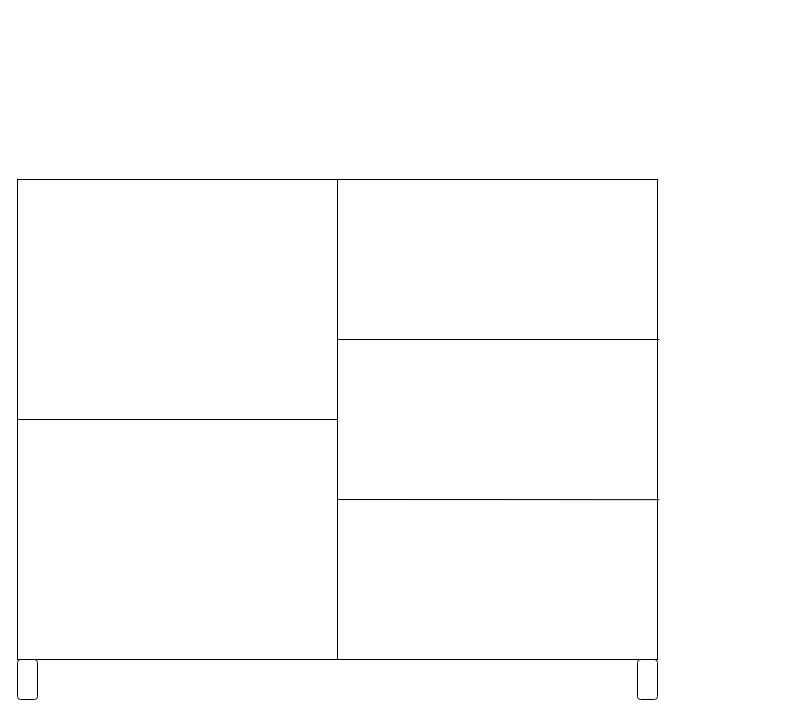
The draw.io diagram shelf.drawio in zikzakjack/draw.io, before the edit. Source tidied: cells renumbered, new cells numbered last; positions are measured from the earlier drawing's top-left corner, leaving out a move shared by most shapes. Both pictures are drawn from the tidied source at 100%, with x=0, y=0 at pixel (17, 179).
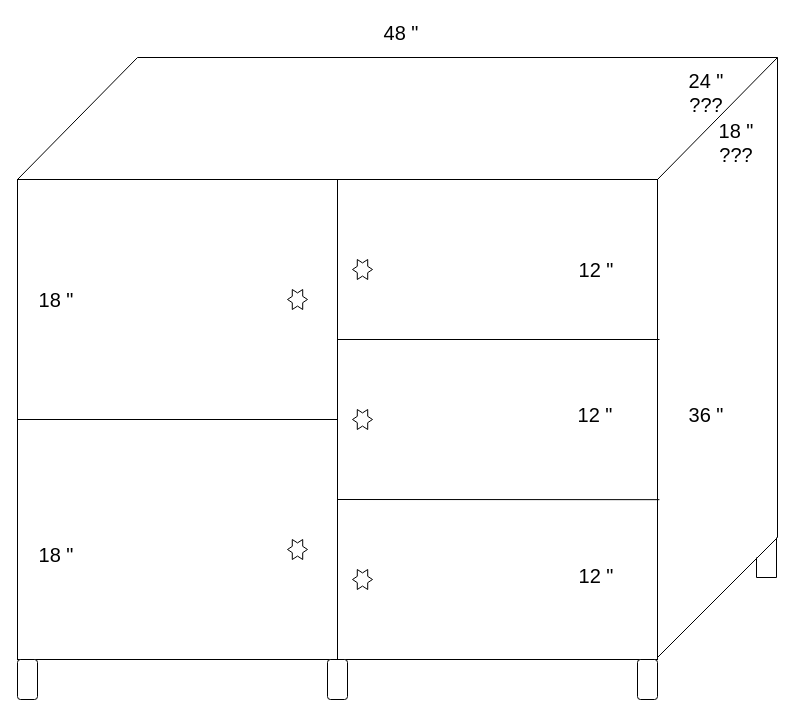
The same page after the edit.

Unchanged cells that the change refers to:
```xml
<mxCell id="3" style="group;rounded=1;sketch=1;curveFitting=1;jiggle=2;" parent="2" vertex="1">
  <mxGeometry width="640" height="480" as="geometry" />
</mxCell>
<mxCell id="4" style="rounded=0;whiteSpace=wrap;html=1;" parent="3" vertex="1">
  <mxGeometry width="640" height="480" as="geometry" />
</mxCell>
```

Diff of the diagram source:
```diff
@@
-    <mxCell id="2" style="group;" parent="1" vertex="1">
+    <mxCell id="2" style="group;shadow=0;" parent="1" vertex="1">
       <mxGeometry width="642" height="520" as="geometry" />
     </mxCell>
@@
+    <mxCell id="11" style="verticalLabelPosition=bottom;verticalAlign=top;html=1;shape=mxgraph.basic.6_point_star;" parent="3" vertex="1">
+      <mxGeometry x="270" y="110" width="20" height="20" as="geometry" />
+    </mxCell>
+    <mxCell id="12" style="verticalLabelPosition=bottom;verticalAlign=top;html=1;shape=mxgraph.basic.6_point_star;" parent="3" vertex="1">
+      <mxGeometry x="270" y="360" width="20" height="20" as="geometry" />
+    </mxCell>
+    <mxCell id="13" style="verticalLabelPosition=bottom;verticalAlign=top;html=1;shape=mxgraph.basic.6_point_star;" parent="3" vertex="1">
+      <mxGeometry x="335" y="390" width="20" height="20" as="geometry" />
+    </mxCell>
+    <mxCell id="14" style="verticalLabelPosition=bottom;verticalAlign=top;html=1;shape=mxgraph.basic.6_point_star;" parent="3" vertex="1">
+      <mxGeometry x="335" y="230" width="20" height="20" as="geometry" />
+    </mxCell>
+    <mxCell id="15" style="verticalLabelPosition=bottom;verticalAlign=top;html=1;shape=mxgraph.basic.6_point_star;" parent="3" vertex="1">
+      <mxGeometry x="335" y="80" width="20" height="20" as="geometry" />
+    </mxCell>
+    <mxCell id="16" value="&lt;font style=&quot;font-size: 20px;&quot;&gt;12 &quot;&lt;/font&gt;" style="text;strokeColor=none;align=center;fillColor=none;html=1;verticalAlign=middle;whiteSpace=wrap;rounded=0;" parent="3" vertex="1">
+      <mxGeometry x="549" y="75" width="60" height="30" as="geometry" />
+    </mxCell>
+    <mxCell id="17" value="&lt;font style=&quot;font-size: 20px;&quot;&gt;18 &quot;&lt;/font&gt;" style="text;strokeColor=none;align=center;fillColor=none;html=1;verticalAlign=middle;whiteSpace=wrap;rounded=0;" parent="3" vertex="1">
+      <mxGeometry x="9" y="105" width="60" height="30" as="geometry" />
+    </mxCell>
+    <mxCell id="18" value="&lt;font style=&quot;font-size: 20px;&quot;&gt;18 &quot;&lt;/font&gt;" style="text;strokeColor=none;align=center;fillColor=none;html=1;verticalAlign=middle;whiteSpace=wrap;rounded=0;" parent="3" vertex="1">
+      <mxGeometry x="9" y="360" width="60" height="30" as="geometry" />
+    </mxCell>
@@
+    <mxCell id="19" style="rounded=1;whiteSpace=wrap;html=1;" parent="2" vertex="1">
+      <mxGeometry x="310" y="480" width="20" height="40" as="geometry" />
+    </mxCell>
+    <mxCell id="20" style="endArrow=none;html=1;rounded=0;exitX=0;exitY=0;exitDx=0;exitDy=0;" parent="1" edge="1" source="4">
+      <mxGeometry relative="1" as="geometry">
+        <mxPoint x="120" y="-122" as="targetPoint" />
+      </mxGeometry>
+    </mxCell>
+    <mxCell id="21" style="endArrow=none;html=1;rounded=0;" parent="1" edge="1">
+      <mxGeometry relative="1" as="geometry">
+        <mxPoint x="120" y="-122" as="sourcePoint" />
+        <mxPoint x="760" y="-122" as="targetPoint" />
+      </mxGeometry>
+    </mxCell>
+    <mxCell id="22" style="endArrow=none;html=1;rounded=0;exitX=1;exitY=0;exitDx=0;exitDy=0;" parent="1" edge="1" source="4">
+      <mxGeometry relative="1" as="geometry">
+        <mxPoint x="760" y="-122" as="targetPoint" />
+      </mxGeometry>
+    </mxCell>
+    <mxCell id="23" style="endArrow=none;html=1;rounded=0;" parent="1" edge="1">
+      <mxGeometry relative="1" as="geometry">
+        <mxPoint x="760" y="358" as="sourcePoint" />
+        <mxPoint x="760" y="-122" as="targetPoint" />
+      </mxGeometry>
+    </mxCell>
+    <mxCell id="24" style="endArrow=none;html=1;rounded=0;" parent="1" edge="1">
+      <mxGeometry relative="1" as="geometry">
+        <mxPoint x="640" y="478" as="sourcePoint" />
+        <mxPoint x="760" y="358" as="targetPoint" />
+      </mxGeometry>
+    </mxCell>
+    <mxCell id="25" style="endArrow=none;html=1;rounded=0;" parent="1" edge="1">
+      <mxGeometry relative="1" as="geometry">
+        <mxPoint x="759" y="398" as="sourcePoint" />
+        <mxPoint x="759" y="358" as="targetPoint" />
+      </mxGeometry>
+    </mxCell>
+    <mxCell id="26" style="endArrow=none;html=1;rounded=0;" parent="1" edge="1">
+      <mxGeometry relative="1" as="geometry">
+        <mxPoint x="739" y="398" as="sourcePoint" />
+        <mxPoint x="759" y="398" as="targetPoint" />
+      </mxGeometry>
+    </mxCell>
+    <mxCell id="27" style="endArrow=none;html=1;rounded=0;" parent="1" edge="1">
+      <mxGeometry relative="1" as="geometry">
+        <mxPoint x="739" y="378" as="sourcePoint" />
+        <mxPoint x="739" y="398" as="targetPoint" />
+      </mxGeometry>
+    </mxCell>
+    <mxCell id="28" value="&lt;font style=&quot;font-size: 20px;&quot;&gt;48 &quot;&lt;/font&gt;" style="text;strokeColor=none;align=center;fillColor=none;html=1;verticalAlign=middle;whiteSpace=wrap;rounded=0;" parent="1" vertex="1">
+      <mxGeometry x="354" y="-162" width="60" height="30" as="geometry" />
+    </mxCell>
+    <mxCell id="29" value="&lt;font style=&quot;font-size: 20px;&quot;&gt;12 &quot;&lt;/font&gt;" style="text;strokeColor=none;align=center;fillColor=none;html=1;verticalAlign=middle;whiteSpace=wrap;rounded=0;" parent="1" vertex="1">
+      <mxGeometry x="548" y="220" width="60" height="30" as="geometry" />
+    </mxCell>
+    <mxCell id="30" value="&lt;font style=&quot;font-size: 20px;&quot;&gt;12 &quot;&lt;/font&gt;" style="text;strokeColor=none;align=center;fillColor=none;html=1;verticalAlign=middle;whiteSpace=wrap;rounded=0;" parent="1" vertex="1">
+      <mxGeometry x="549" y="381" width="60" height="30" as="geometry" />
+    </mxCell>
+    <mxCell id="31" value="&lt;font style=&quot;font-size: 20px;&quot;&gt;36 &quot;&lt;/font&gt;" style="text;strokeColor=none;align=center;fillColor=none;html=1;verticalAlign=middle;whiteSpace=wrap;rounded=0;" parent="1" vertex="1">
+      <mxGeometry x="659" y="220" width="60" height="30" as="geometry" />
+    </mxCell>
+    <mxCell id="32" value="&lt;font style=&quot;font-size: 20px;&quot;&gt;18 &quot; ???&lt;/font&gt;" style="text;strokeColor=none;align=center;fillColor=none;html=1;verticalAlign=middle;whiteSpace=wrap;rounded=0;" parent="1" vertex="1">
+      <mxGeometry x="689" y="-52" width="60" height="30" as="geometry" />
+    </mxCell>
+    <mxCell id="33" value="&lt;font style=&quot;font-size: 20px;&quot;&gt;24 &quot; ???&lt;/font&gt;" style="text;strokeColor=none;align=center;fillColor=none;html=1;verticalAlign=middle;whiteSpace=wrap;rounded=0;" parent="1" vertex="1">
+      <mxGeometry x="659" y="-102" width="60" height="30" as="geometry" />
+    </mxCell>
```
